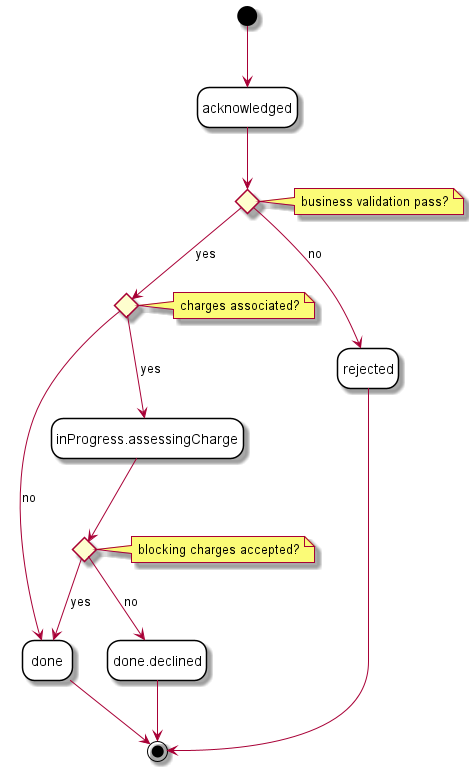
The PlantUML diagram documentation/productApi/order/media/useCase5ModifyStates.png in MEF-GIT/MEF-LSO-Sonata-SDK, before a commit.
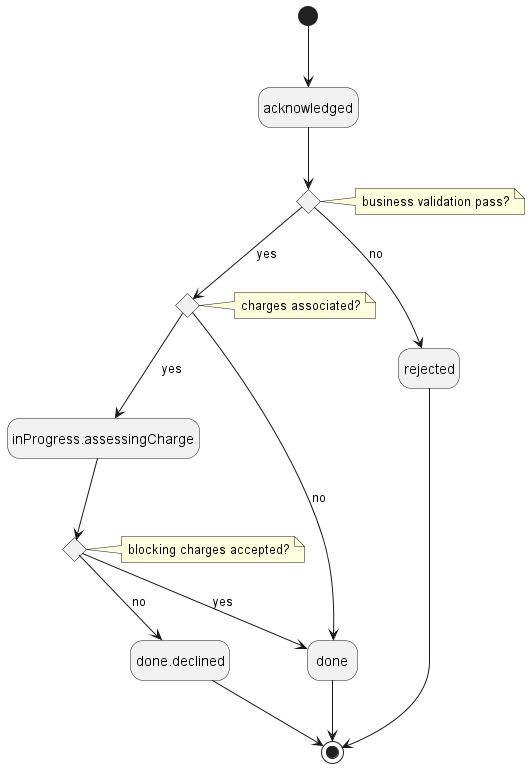
The same diagram one commit later.

Diff of the diagram source:
```diff
@@ -1,10 +1,10 @@
 @startuml
 
-skinparam state {
-    BackgroundColor White
-    BorderColor Black
-}
+
 hide empty description
+
+state "inProgress.assessingCharge" as assessingCharge
+state "done.declined" as declined
 
 state business_validation_pass <<choice>>
 note right of business_validation_pass : business validation pass?
@@ -23,15 +23,15 @@
 business_validation_pass --> rejected : no
 
 charges_associated --> done : no
-charges_associated --> inProgress.assessingCharge : yes
+charges_associated --> assessingCharge : yes
 
-inProgress.assessingCharge --> blocking_charges_accepted
+assessingCharge --> blocking_charges_accepted
 
 blocking_charges_accepted --> done : yes
-blocking_charges_accepted --> done.declined : no
+blocking_charges_accepted --> declined : no
 
 done --> [*]
-done.declined --> [*]
+declined --> [*]
 rejected --> [*]
 
 @enduml
```
